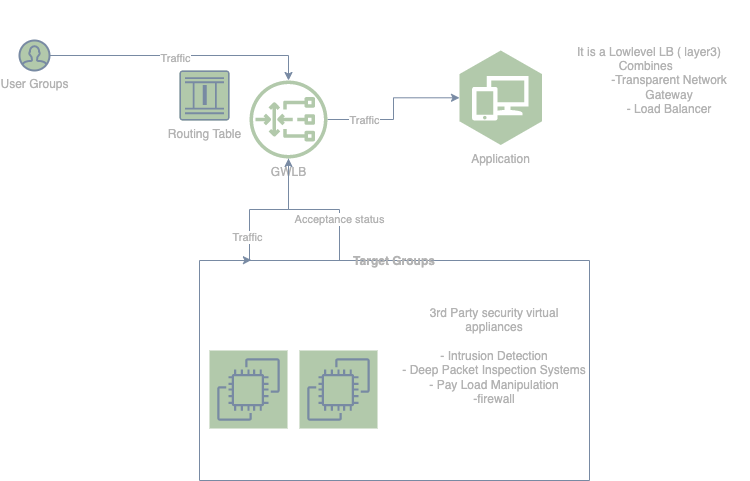
Earlier version of the draw.io export GWLB.drawio.png (diemonch/aws). Source tidied: cells renumbered, new cells last; positions are measured from the earlier drawing's top-left corner, leaving out a move shared by most shapes.
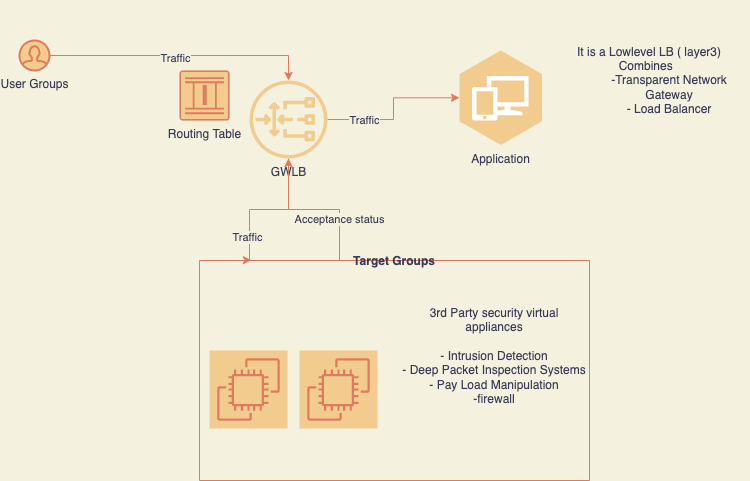
Above is the later version.

What changed in the source:
```diff
@@ -1,8 +1,8 @@
-<mxGraphModel>
+<mxGraphModel background="#F4F1DE">
   <root>
     <mxCell id="0" />
     <mxCell id="1" parent="0" />
-    <mxCell id="2" style="edgeStyle=orthogonalEdgeStyle;rounded=0;jettySize=auto;html=1;entryX=0.133;entryY=-0.002;entryDx=0;entryDy=0;entryPerimeter=0;strokeColor=#788AA3;fontColor=#B3B3B3;" parent="1" edge="1" source="6" target="13">
+    <mxCell id="2" style="edgeStyle=orthogonalEdgeStyle;rounded=0;jettySize=auto;html=1;entryX=0.133;entryY=-0.002;entryDx=0;entryDy=0;entryPerimeter=0;strokeColor=#E07A5F;fontColor=#393C56;labelBackgroundColor=#F4F1DE;" parent="1" edge="1" source="6" target="13">
       <mxGeometry relative="1" as="geometry">
         <Array as="points">
           <mxPoint x="269" y="209" />
@@ -11,33 +11,33 @@
         </Array>
       </mxGeometry>
     </mxCell>
-    <mxCell id="3" value="Traffic" style="edgeLabel;html=1;align=center;verticalAlign=middle;fontColor=#B3B3B3;" parent="2" vertex="1">
+    <mxCell id="3" value="Traffic" style="edgeLabel;html=1;align=center;verticalAlign=middle;fontColor=#393C56;labelBackgroundColor=#F4F1DE;" parent="2" vertex="1">
       <mxGeometry x="0.64" y="-3" relative="1" as="geometry" />
     </mxCell>
-    <mxCell id="4" style="edgeStyle=orthogonalEdgeStyle;rounded=0;jettySize=auto;html=1;strokeColor=#788AA3;fontColor=#B3B3B3;" parent="1" edge="1" source="6" target="17">
+    <mxCell id="4" style="edgeStyle=orthogonalEdgeStyle;rounded=0;jettySize=auto;html=1;strokeColor=#E07A5F;fontColor=#393C56;labelBackgroundColor=#F4F1DE;" parent="1" edge="1" source="6" target="17">
       <mxGeometry relative="1" as="geometry" />
     </mxCell>
-    <mxCell id="5" value="Traffic" style="edgeLabel;html=1;align=center;verticalAlign=middle;fontColor=#B3B3B3;" parent="4" vertex="1">
+    <mxCell id="5" value="Traffic" style="edgeLabel;html=1;align=center;verticalAlign=middle;fontColor=#393C56;labelBackgroundColor=#F4F1DE;" parent="4" vertex="1">
       <mxGeometry x="-0.53" y="1" relative="1" as="geometry">
         <mxPoint y="1" as="offset" />
       </mxGeometry>
     </mxCell>
-    <mxCell id="6" value="GWLB" style="sketch=0;outlineConnect=0;fontColor=#B3B3B3;fillColor=#B2C9AB;strokeColor=none;dashed=0;verticalLabelPosition=bottom;verticalAlign=top;align=center;html=1;fontSize=12;fontStyle=0;shape=mxgraph.aws4.gateway_load_balancer;" parent="1" vertex="1">
+    <mxCell id="6" value="GWLB" style="sketch=0;outlineConnect=0;fontColor=#393C56;fillColor=#F2CC8F;strokeColor=none;dashed=0;verticalLabelPosition=bottom;verticalAlign=top;align=center;html=1;fontSize=12;fontStyle=0;shape=mxgraph.aws4.gateway_load_balancer;" parent="1" vertex="1">
       <mxGeometry x="230" y="80" width="78" height="78" as="geometry" />
     </mxCell>
-    <mxCell id="7" style="edgeStyle=orthogonalEdgeStyle;rounded=0;jettySize=auto;html=1;strokeColor=#788AA3;fontColor=#B3B3B3;" parent="1" edge="1" source="9" target="6">
+    <mxCell id="7" style="edgeStyle=orthogonalEdgeStyle;rounded=0;jettySize=auto;html=1;strokeColor=#E07A5F;fontColor=#393C56;labelBackgroundColor=#F4F1DE;" parent="1" edge="1" source="9" target="6">
       <mxGeometry relative="1" as="geometry" />
     </mxCell>
-    <mxCell id="8" value="Traffic" style="edgeLabel;html=1;align=center;verticalAlign=middle;fontColor=#B3B3B3;" parent="7" vertex="1">
+    <mxCell id="8" value="Traffic" style="edgeLabel;html=1;align=center;verticalAlign=middle;fontColor=#393C56;labelBackgroundColor=#F4F1DE;" parent="7" vertex="1">
       <mxGeometry x="-0.05" y="-2" relative="1" as="geometry" />
     </mxCell>
-    <mxCell id="9" value="User Groups" style="html=1;verticalLabelPosition=bottom;align=center;verticalAlign=top;strokeWidth=2;strokeColor=#788AA3;shadow=0;dashed=0;shape=mxgraph.ios7.icons.user;fillColor=#B2C9AB;fontColor=#B3B3B3;" parent="1" vertex="1">
+    <mxCell id="9" value="User Groups" style="html=1;verticalLabelPosition=bottom;align=center;verticalAlign=top;strokeWidth=2;strokeColor=#E07A5F;shadow=0;dashed=0;shape=mxgraph.ios7.icons.user;fillColor=#F2CC8F;fontColor=#393C56;" parent="1" vertex="1">
       <mxGeometry y="40" width="30" height="30" as="geometry" />
     </mxCell>
-    <mxCell id="10" value="Routing Table" style="sketch=0;verticalLabelPosition=bottom;html=1;verticalAlign=top;align=center;shape=mxgraph.cisco19.rect;prIcon=service_ready_engine;fillColor=#B2C9AB;strokeColor=#788AA3;fontColor=#B3B3B3;" parent="1" vertex="1">
+    <mxCell id="10" value="Routing Table" style="sketch=0;verticalLabelPosition=bottom;html=1;verticalAlign=top;align=center;shape=mxgraph.cisco19.rect;prIcon=service_ready_engine;fillColor=#F2CC8F;strokeColor=#E07A5F;fontColor=#393C56;" parent="1" vertex="1">
       <mxGeometry x="160" y="70" width="50" height="50" as="geometry" />
     </mxCell>
-    <mxCell id="11" style="edgeStyle=orthogonalEdgeStyle;rounded=0;jettySize=auto;html=1;strokeColor=#788AA3;fontColor=#B3B3B3;" parent="1" edge="1" source="13" target="6">
+    <mxCell id="11" style="edgeStyle=orthogonalEdgeStyle;rounded=0;jettySize=auto;html=1;strokeColor=#E07A5F;fontColor=#393C56;labelBackgroundColor=#F4F1DE;" parent="1" edge="1" source="13" target="6">
       <mxGeometry relative="1" as="geometry">
         <Array as="points">
           <mxPoint x="320" y="209" />
@@ -45,25 +45,25 @@
         </Array>
       </mxGeometry>
     </mxCell>
-    <mxCell id="12" value="Acceptance status" style="edgeLabel;html=1;align=center;verticalAlign=middle;fontColor=#B3B3B3;" parent="11" vertex="1">
+    <mxCell id="12" value="Acceptance status" style="edgeLabel;html=1;align=center;verticalAlign=middle;fontColor=#393C56;labelBackgroundColor=#F4F1DE;" parent="11" vertex="1">
       <mxGeometry x="-0.45" y="1" relative="1" as="geometry" />
     </mxCell>
-    <mxCell id="13" value="Target Groups" style="swimlane;startSize=0;fillColor=#B2C9AB;strokeColor=#788AA3;fontColor=#B3B3B3;" parent="1" vertex="1">
+    <mxCell id="13" value="Target Groups" style="swimlane;startSize=0;fillColor=#F2CC8F;strokeColor=#E07A5F;fontColor=#393C56;" parent="1" vertex="1">
       <mxGeometry x="180" y="260" width="390" height="220" as="geometry" />
     </mxCell>
-    <mxCell id="14" style="sketch=0;fontColor=#B3B3B3;gradientDirection=north;fillColor=#B2C9AB;strokeColor=#788AA3;dashed=0;verticalLabelPosition=bottom;verticalAlign=top;align=center;html=1;fontSize=12;fontStyle=0;shape=mxgraph.aws4.resourceIcon;resIcon=mxgraph.aws4.ec2;" parent="13" vertex="1">
+    <mxCell id="14" style="sketch=0;fontColor=#393C56;gradientDirection=north;fillColor=#F2CC8F;strokeColor=#E07A5F;dashed=0;verticalLabelPosition=bottom;verticalAlign=top;align=center;html=1;fontSize=12;fontStyle=0;shape=mxgraph.aws4.resourceIcon;resIcon=mxgraph.aws4.ec2;" parent="13" vertex="1">
       <mxGeometry x="10" y="90" width="78" height="78" as="geometry" />
     </mxCell>
-    <mxCell id="15" style="sketch=0;fontColor=#B3B3B3;gradientDirection=north;fillColor=#B2C9AB;strokeColor=#788AA3;dashed=0;verticalLabelPosition=bottom;verticalAlign=top;align=center;html=1;fontSize=12;fontStyle=0;shape=mxgraph.aws4.resourceIcon;resIcon=mxgraph.aws4.ec2;" parent="13" vertex="1">
+    <mxCell id="15" style="sketch=0;fontColor=#393C56;gradientDirection=north;fillColor=#F2CC8F;strokeColor=#E07A5F;dashed=0;verticalLabelPosition=bottom;verticalAlign=top;align=center;html=1;fontSize=12;fontStyle=0;shape=mxgraph.aws4.resourceIcon;resIcon=mxgraph.aws4.ec2;" parent="13" vertex="1">
       <mxGeometry x="100" y="90" width="78" height="78" as="geometry" />
     </mxCell>
-    <mxCell id="16" value="3rd Party security virtual appliances&lt;br&gt;&lt;br&gt;- Intrusion Detection&lt;br&gt;- Deep Packet Inspection Systems&lt;br&gt;- Pay Load Manipulation&lt;br&gt;-firewall&lt;br&gt;&lt;br&gt;&lt;br&gt;" style="text;html=1;strokeColor=none;fillColor=none;align=center;verticalAlign=middle;whiteSpace=wrap;rounded=0;fontColor=#B3B3B3;" parent="13" vertex="1">
+    <mxCell id="16" value="3rd Party security virtual appliances&lt;br&gt;&lt;br&gt;- Intrusion Detection&lt;br&gt;- Deep Packet Inspection Systems&lt;br&gt;- Pay Load Manipulation&lt;br&gt;-firewall&lt;br&gt;&lt;br&gt;&lt;br&gt;" style="text;html=1;strokeColor=none;fillColor=none;align=center;verticalAlign=middle;whiteSpace=wrap;rounded=0;fontColor=#393C56;" parent="13" vertex="1">
       <mxGeometry x="200" width="190" height="220" as="geometry" />
     </mxCell>
-    <mxCell id="17" value="Application" style="outlineConnect=0;dashed=0;verticalLabelPosition=bottom;verticalAlign=top;align=center;html=1;shape=mxgraph.aws3.workspaces;fillColor=#B2C9AB;gradientDirection=north;strokeColor=#788AA3;fontColor=#B3B3B3;" parent="1" vertex="1">
+    <mxCell id="17" value="Application" style="outlineConnect=0;dashed=0;verticalLabelPosition=bottom;verticalAlign=top;align=center;html=1;shape=mxgraph.aws3.workspaces;fillColor=#F2CC8F;gradientDirection=north;strokeColor=#E07A5F;fontColor=#393C56;" parent="1" vertex="1">
       <mxGeometry x="440" y="50" width="82.5" height="94.5" as="geometry" />
     </mxCell>
-    <mxCell id="18" value="It is a Lowlevel LB ( layer3)&lt;br&gt;Combines&amp;nbsp;&amp;nbsp;&lt;br&gt;&lt;blockquote style=&quot;margin: 0 0 0 40px; border: none; padding: 0px;&quot;&gt;-Transparent Network Gateway&lt;/blockquote&gt;&lt;blockquote style=&quot;margin: 0 0 0 40px; border: none; padding: 0px;&quot;&gt;- Load Balancer&lt;/blockquote&gt;" style="text;html=1;strokeColor=none;fillColor=none;align=center;verticalAlign=middle;whiteSpace=wrap;rounded=0;fontColor=#B3B3B3;" parent="1" vertex="1">
+    <mxCell id="18" value="It is a Lowlevel LB ( layer3)&lt;br&gt;Combines&amp;nbsp;&amp;nbsp;&lt;br&gt;&lt;blockquote style=&quot;margin: 0 0 0 40px; border: none; padding: 0px;&quot;&gt;-Transparent Network Gateway&lt;/blockquote&gt;&lt;blockquote style=&quot;margin: 0 0 0 40px; border: none; padding: 0px;&quot;&gt;- Load Balancer&lt;/blockquote&gt;" style="text;html=1;strokeColor=none;fillColor=none;align=center;verticalAlign=middle;whiteSpace=wrap;rounded=0;fontColor=#393C56;" parent="1" vertex="1">
       <mxGeometry x="530" width="200" height="160" as="geometry" />
     </mxCell>
   </root>
```
